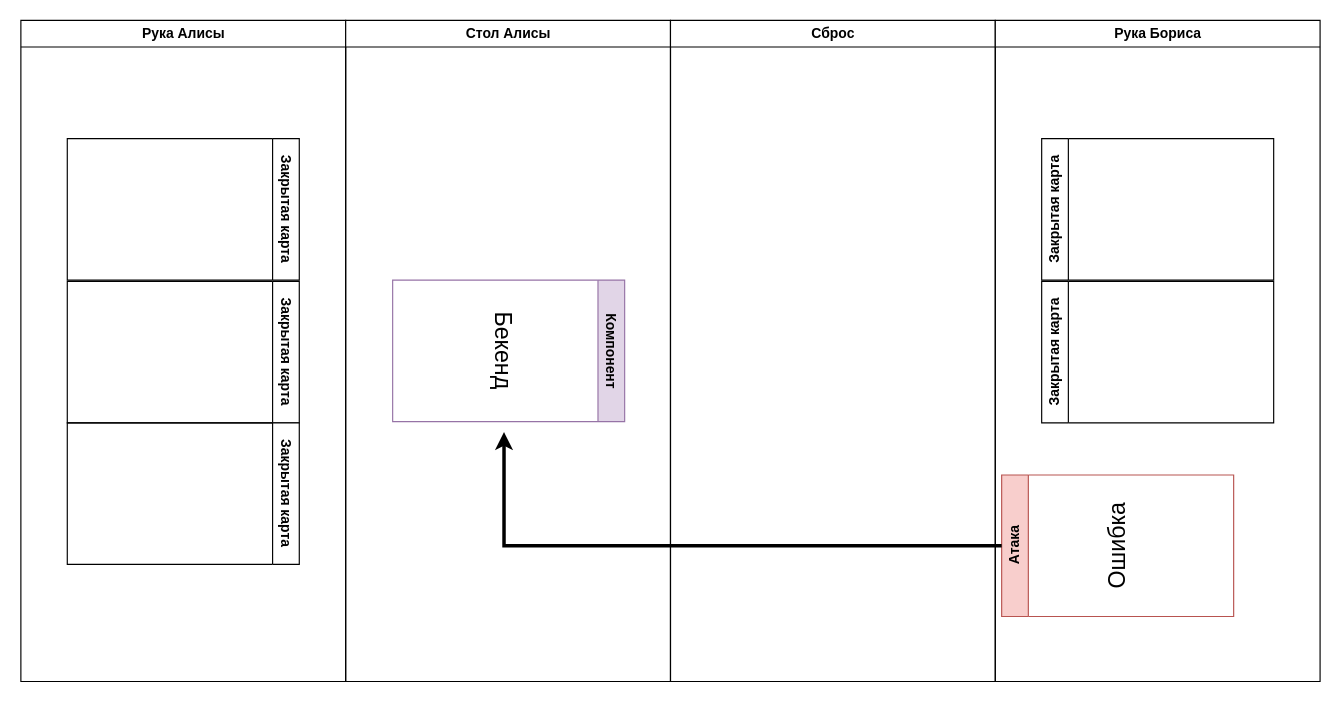
This is ru/schema-sources/atack1.drawio from sobolevn/ship-it-boardgame, a draw.io file, before an edit. Source tidied: cells renumbered, new cells numbered last; positions are measured from the earlier drawing's top-left corner, leaving out a move shared by most shapes. Both pictures are drawn from the tidied source at 116%, with x=0, y=0 at pixel (20, 20).
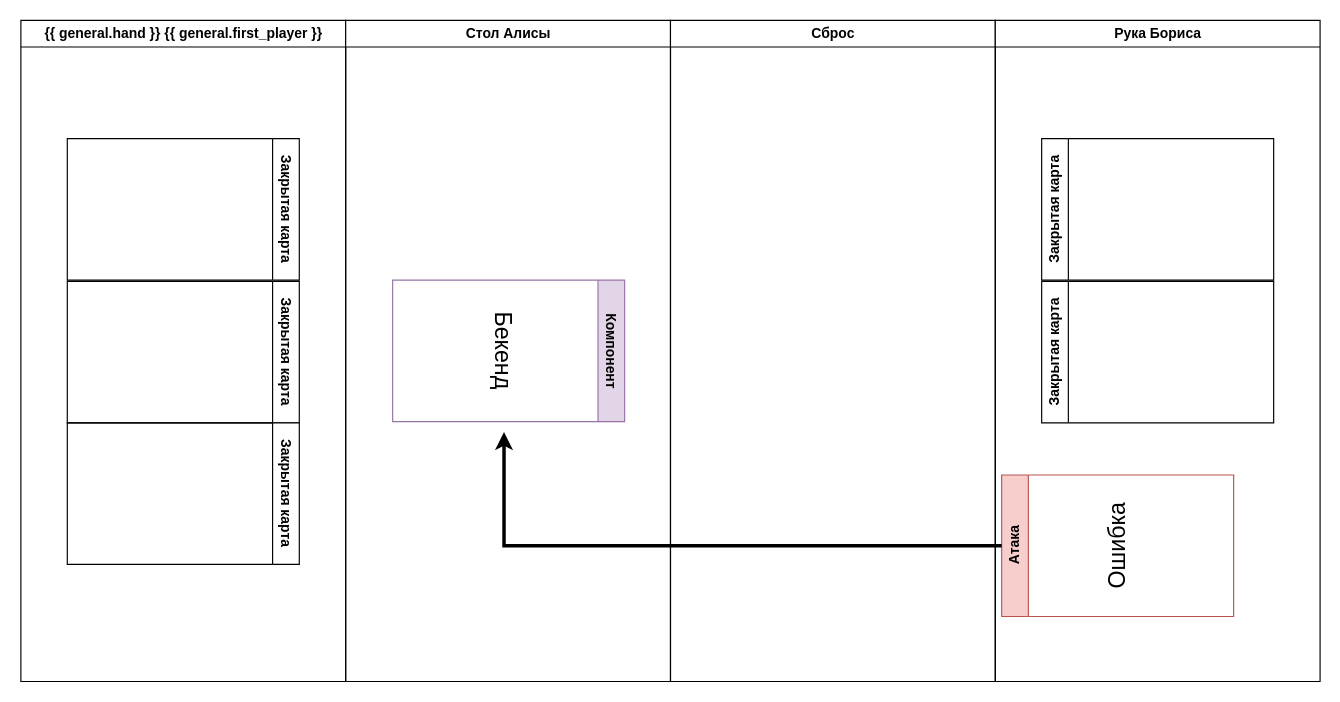
After the change.

Commit message (it also covers changes not shown here):
chore: render schemas with script

Change to the diagram source:
```diff
@@
 <mxGraphModel>
   <root>
     <mxCell id="0" />
     <mxCell id="1" parent="0" />
-    <mxCell id="2" value="Рука Алисы" style="swimlane;whiteSpace=wrap;" parent="1" vertex="1">
+    <mxCell id="2" value="{{ general.hand }} {{ general.first_player }}" style="swimlane;whiteSpace=wrap;" parent="1" vertex="1">
       <mxGeometry x="0.5" width="280" height="570" as="geometry" />
     </mxCell>
     <mxCell id="3" value="&lt;div&gt;Закрытая карта&lt;/div&gt;" style="swimlane;horizontal=0;whiteSpace=wrap;html=1;rotation=-180;" parent="2" vertex="1">
       <mxGeometry x="40" y="102" width="200" height="122" as="geometry" />
     </mxCell>
     <mxCell id="4" value="&lt;div&gt;Закрытая карта&lt;/div&gt;" style="swimlane;horizontal=0;whiteSpace=wrap;html=1;rotation=-180;" parent="2" vertex="1">
       <mxGeometry x="40" y="225" width="200" height="122" as="geometry" />
     </mxCell>
     <mxCell id="5" value="&lt;div&gt;Закрытая карта&lt;/div&gt;" style="swimlane;horizontal=0;whiteSpace=wrap;html=1;rotation=-180;" parent="2" vertex="1">
       <mxGeometry x="40" y="347" width="200" height="122" as="geometry" />
     </mxCell>
     <mxCell id="6" value="Стол Алисы" style="swimlane;whiteSpace=wrap;" parent="1" vertex="1">
       <mxGeometry x="280.5" width="280" height="570" as="geometry" />
     </mxCell>
     <mxCell id="7" value="&lt;div&gt;Компонент&lt;/div&gt;" style="swimlane;horizontal=0;whiteSpace=wrap;html=1;rotation=-180;fillColor=#e1d5e7;strokeColor=#9673a6;" parent="6" vertex="1">
       <mxGeometry x="40.5" y="224" width="200" height="122" as="geometry" />
     </mxCell>
     <mxCell id="8" value="&lt;div align=&quot;center&quot; style=&quot;font-size: 20px;&quot;&gt;&lt;font style=&quot;font-size: 20px;&quot;&gt;Бекенд&lt;br&gt;&lt;/font&gt;&lt;/div&gt;&lt;div align=&quot;center&quot;&gt;&lt;br&gt;&lt;/div&gt;" style="text;strokeColor=none;fillColor=none;align=center;verticalAlign=middle;spacingLeft=4;spacingRight=4;overflow=hidden;points=[[0,0.5],[1,0.5]];portConstraint=eastwest;whiteSpace=wrap;html=1;rotation=-270;" parent="7" vertex="1">
       <mxGeometry x="26" y="46" width="140" height="30" as="geometry" />
     </mxCell>
     <mxCell id="9" value="Сброс" style="swimlane;whiteSpace=wrap;" parent="1" vertex="1">
       <mxGeometry x="560.5" width="280" height="570" as="geometry" />
     </mxCell>
     <mxCell id="10" value="Рука Бориса" style="swimlane;whiteSpace=wrap;" parent="1" vertex="1">
       <mxGeometry x="840.5" width="280" height="570" as="geometry" />
     </mxCell>
     <mxCell id="11" value="&lt;div&gt;Закрытая карта&lt;/div&gt;" style="swimlane;horizontal=0;whiteSpace=wrap;html=1;rotation=0;" parent="10" vertex="1">
       <mxGeometry x="40" y="102" width="200" height="122" as="geometry" />
     </mxCell>
     <mxCell id="12" value="&lt;div&gt;Закрытая карта&lt;/div&gt;" style="swimlane;horizontal=0;whiteSpace=wrap;html=1;rotation=0;" parent="10" vertex="1">
       <mxGeometry x="40" y="225" width="200" height="122" as="geometry" />
     </mxCell>
     <mxCell id="13" value="Атака" style="swimlane;horizontal=0;whiteSpace=wrap;html=1;rotation=0;fillColor=#f8cecc;strokeColor=#b85450;" parent="10" vertex="1">
       <mxGeometry x="5.5" y="392" width="200" height="122" as="geometry" />
     </mxCell>
     <mxCell id="14" value="&lt;div align=&quot;center&quot; style=&quot;font-size: 20px;&quot;&gt;&lt;font style=&quot;font-size: 20px;&quot;&gt;Ошибка&lt;br&gt;&lt;/font&gt;&lt;/div&gt;&lt;div align=&quot;center&quot;&gt;&lt;br&gt;&lt;/div&gt;" style="text;strokeColor=none;fillColor=none;align=center;verticalAlign=middle;spacingLeft=4;spacingRight=4;overflow=hidden;whiteSpace=wrap;html=1;rotation=-90;" parent="13" vertex="1">
       <mxGeometry x="30" y="46" width="140" height="30" as="geometry" />
     </mxCell>
     <mxCell id="15" style="edgeStyle=orthogonalEdgeStyle;rounded=0;jettySize=auto;html=1;exitX=0;exitY=0.5;exitDx=0;exitDy=0;entryX=1;entryY=0.5;entryDx=0;entryDy=0;strokeWidth=3;" parent="1" edge="1" source="13" target="8">
       <mxGeometry relative="1" as="geometry" />
     </mxCell>
   </root>
 </mxGraphModel>
```
